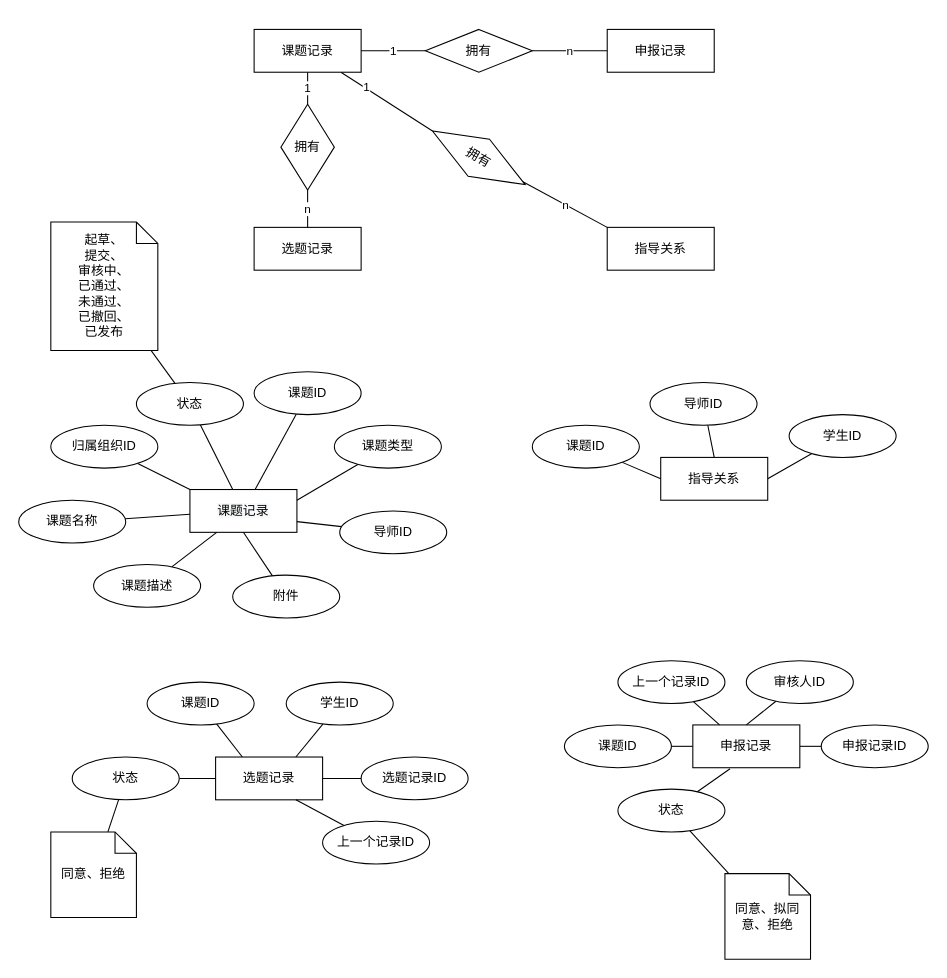
Earlier version of the draw.io diagram page "课题服务" (3 of 5) of 毕设管理系统/ER模型图.drawio (FdfGithub/drawio). Source tidied: cells renumbered, new cells numbered last; positions are measured from the earlier drawing's top-left corner, leaving out a move shared by most shapes. Both pictures are drawn from the tidied source at 107%, with x=0, y=0 at pixel (18, 29).
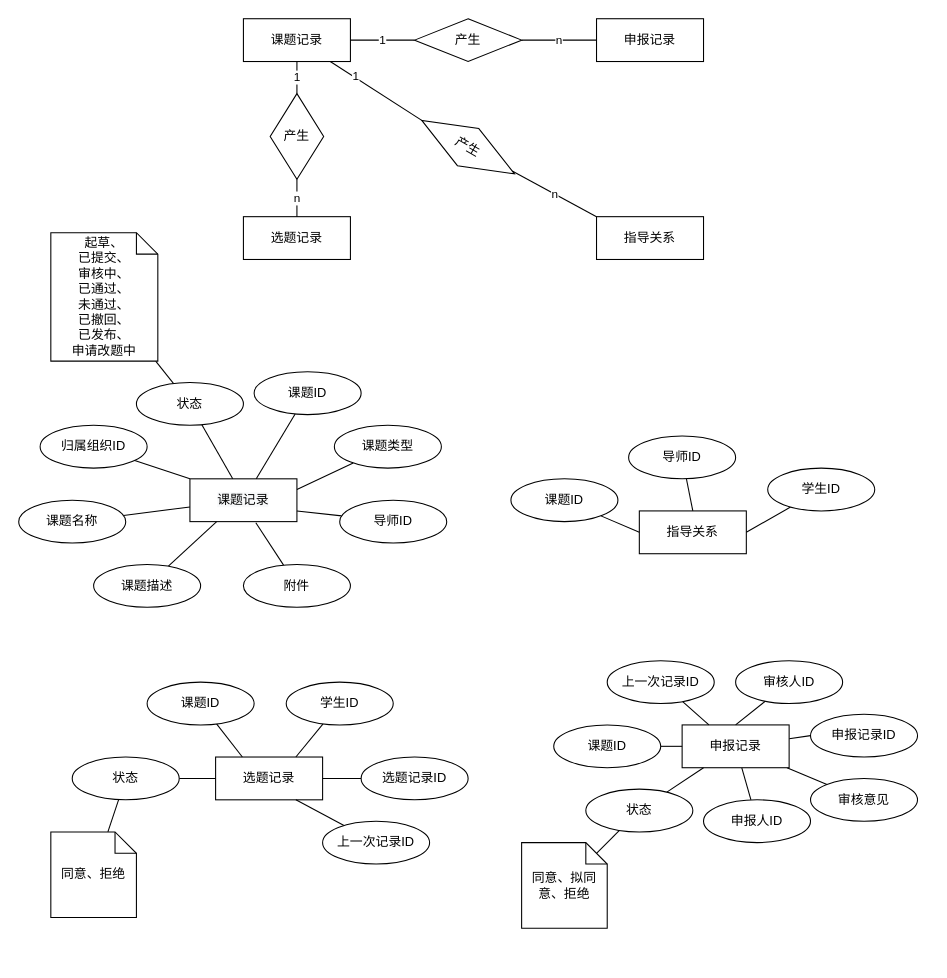
Above is the later version.

The edit, as a diff of the source:
```diff
@@
     <mxCell id="5" value="课题记录" style="whiteSpace=wrap;html=1;align=center;" parent="1" vertex="1">
-      <mxGeometry x="220" width="100" height="40" as="geometry" />
+      <mxGeometry x="210" y="-10" width="100" height="40" as="geometry" />
     </mxCell>
     <mxCell id="6" value="指导关系" style="whiteSpace=wrap;html=1;align=center;" parent="1" vertex="1">
-      <mxGeometry x="550" y="185" width="100" height="40" as="geometry" />
+      <mxGeometry x="540" y="175" width="100" height="40" as="geometry" />
     </mxCell>
     <mxCell id="7" value="选题记录" style="whiteSpace=wrap;html=1;align=center;" parent="1" vertex="1">
-      <mxGeometry x="220" y="185" width="100" height="40" as="geometry" />
+      <mxGeometry x="210" y="175" width="100" height="40" as="geometry" />
     </mxCell>
     <mxCell id="8" value="&#10;&#10;&lt;span style=&quot;color: rgb(0, 0, 0); font-family: helvetica; font-size: 12px; font-style: normal; font-weight: 400; letter-spacing: normal; text-align: center; text-indent: 0px; text-transform: none; word-spacing: 0px; background-color: rgb(248, 249, 250); display: inline; float: none;&quot;&gt;课题记录&lt;/span&gt;&#10;&#10;" style="whiteSpace=wrap;html=1;align=center;" parent="1" vertex="1">
-      <mxGeometry x="160" y="430" width="100" height="40" as="geometry" />
+      <mxGeometry x="160" y="420" width="100" height="40" as="geometry" />
     </mxCell>
@@
     <mxCell id="12" value="归属组织ID" style="ellipse;whiteSpace=wrap;html=1;align=center;" parent="1" vertex="1">
-      <mxGeometry x="30" y="370" width="100" height="40" as="geometry" />
+      <mxGeometry x="20" y="370" width="100" height="40" as="geometry" />
     </mxCell>
@@
+    <mxCell id="68" style="edgeStyle=none;rounded=0;jettySize=auto;html=1;endArrow=none;endFill=0;" parent="1" edge="1" source="25" target="70">
+      <mxGeometry relative="1" as="geometry" />
+    </mxCell>
+    <mxCell id="69" style="edgeStyle=none;rounded=0;jettySize=auto;html=1;endArrow=none;endFill=0;" parent="1" edge="1" source="25" target="71">
+      <mxGeometry relative="1" as="geometry" />
+    </mxCell>
     <mxCell id="25" value="申报记录" style="whiteSpace=wrap;html=1;align=center;" parent="1" vertex="1">
-      <mxGeometry x="630" y="650" width="100" height="40" as="geometry" />
+      <mxGeometry x="620" y="650" width="100" height="40" as="geometry" />
     </mxCell>
@@
     <mxCell id="27" value="导师ID" style="ellipse;whiteSpace=wrap;html=1;align=center;" parent="1" vertex="1">
-      <mxGeometry x="300" y="450" width="100" height="40" as="geometry" />
+      <mxGeometry x="300" y="440" width="100" height="40" as="geometry" />
     </mxCell>
@@
     <mxCell id="29" value="审核人ID" style="ellipse;whiteSpace=wrap;html=1;align=center;" parent="1" vertex="1">
-      <mxGeometry x="680" y="590" width="100" height="40" as="geometry" />
+      <mxGeometry x="670" y="590" width="100" height="40" as="geometry" />
     </mxCell>
-    <mxCell id="30" style="edgeStyle=none;rounded=0;jettySize=auto;html=1;entryX=0.5;entryY=1;entryDx=0;entryDy=0;endArrow=none;endFill=0;" parent="1" edge="1" source="31" target="8">
+    <mxCell id="30" style="edgeStyle=none;rounded=0;jettySize=auto;html=1;entryX=0.616;entryY=1.025;entryDx=0;entryDy=0;endArrow=none;endFill=0;entryPerimeter=0;" parent="1" edge="1" source="31" target="8">
       <mxGeometry relative="1" as="geometry" />
     </mxCell>
     <mxCell id="31" value="附件" style="ellipse;whiteSpace=wrap;html=1;align=center;" parent="1" vertex="1">
-      <mxGeometry x="200" y="510" width="100" height="40" as="geometry" />
+      <mxGeometry x="210" y="500" width="100" height="40" as="geometry" />
     </mxCell>
@@
-    <mxCell id="33" value="上一个记录ID" style="ellipse;whiteSpace=wrap;html=1;align=center;" parent="1" vertex="1">
-      <mxGeometry x="560" y="590" width="100" height="40" as="geometry" />
+    <mxCell id="33" value="上一次记录ID" style="ellipse;whiteSpace=wrap;html=1;align=center;" parent="1" vertex="1">
+      <mxGeometry x="550" y="590" width="100" height="40" as="geometry" />
     </mxCell>
     <mxCell id="34" value="申报记录ID" style="ellipse;whiteSpace=wrap;html=1;align=center;" parent="1" vertex="1">
-      <mxGeometry x="750" y="650" width="100" height="40" as="geometry" />
+      <mxGeometry x="740" y="640" width="100" height="40" as="geometry" />
     </mxCell>
@@
-    <mxCell id="36" value="上一个记录ID" style="ellipse;whiteSpace=wrap;html=1;align=center;" parent="1" vertex="1">
+    <mxCell id="36" value="上一次记录ID" style="ellipse;whiteSpace=wrap;html=1;align=center;" parent="1" vertex="1">
       <mxGeometry x="284" y="740" width="100" height="40" as="geometry" />
     </mxCell>
@@
     <mxCell id="40" value="课题ID" style="ellipse;whiteSpace=wrap;html=1;align=center;" parent="1" vertex="1">
-      <mxGeometry x="510" y="650" width="100" height="40" as="geometry" />
+      <mxGeometry x="500" y="650" width="100" height="40" as="geometry" />
     </mxCell>
@@
-    <mxCell id="45" style="edgeStyle=none;rounded=0;jettySize=auto;html=1;entryX=0.348;entryY=1.025;entryDx=0;entryDy=0;entryPerimeter=0;endArrow=none;endFill=0;" parent="1" edge="1" source="46" target="25">
+    <mxCell id="45" style="edgeStyle=none;rounded=0;jettySize=auto;html=1;endArrow=none;endFill=0;" parent="1" edge="1" source="46" target="25">
       <mxGeometry relative="1" as="geometry" />
     </mxCell>
     <mxCell id="46" value="状态" style="ellipse;whiteSpace=wrap;html=1;align=center;" parent="1" vertex="1">
-      <mxGeometry x="560" y="710" width="100" height="40" as="geometry" />
+      <mxGeometry x="530" y="710" width="100" height="40" as="geometry" />
     </mxCell>
     <mxCell id="47" value="指导关系" style="whiteSpace=wrap;html=1;align=center;" parent="1" vertex="1">
-      <mxGeometry x="600" y="400" width="100" height="40" as="geometry" />
+      <mxGeometry x="580" y="450" width="100" height="40" as="geometry" />
     </mxCell>
     <mxCell id="48" value="申报记录" style="whiteSpace=wrap;html=1;align=center;" parent="1" vertex="1">
-      <mxGeometry x="550" width="100" height="40" as="geometry" />
+      <mxGeometry x="540" y="-10" width="100" height="40" as="geometry" />
     </mxCell>
@@
     <mxCell id="50" value="课题ID" style="ellipse;whiteSpace=wrap;html=1;align=center;" parent="1" vertex="1">
-      <mxGeometry x="480" y="370" width="100" height="40" as="geometry" />
+      <mxGeometry x="460" y="420" width="100" height="40" as="geometry" />
     </mxCell>
@@
     <mxCell id="52" value="导师ID" style="ellipse;whiteSpace=wrap;html=1;align=center;" parent="1" vertex="1">
-      <mxGeometry x="590" y="330" width="100" height="40" as="geometry" />
+      <mxGeometry x="570" y="380" width="100" height="40" as="geometry" />
     </mxCell>
@@
     <mxCell id="54" value="学生ID" style="ellipse;whiteSpace=wrap;html=1;align=center;" parent="1" vertex="1">
-      <mxGeometry x="720" y="360" width="100" height="40" as="geometry" />
+      <mxGeometry x="700" y="410" width="100" height="40" as="geometry" />
     </mxCell>
@@
-    <mxCell id="57" value="拥有" style="shape=rhombus;perimeter=rhombusPerimeter;whiteSpace=wrap;html=1;align=center;" parent="1" vertex="1">
-      <mxGeometry x="380" width="100" height="40" as="geometry" />
+    <mxCell id="57" value="产生" style="shape=rhombus;perimeter=rhombusPerimeter;whiteSpace=wrap;html=1;align=center;" parent="1" vertex="1">
+      <mxGeometry x="370" y="-10" width="100" height="40" as="geometry" />
     </mxCell>
@@
-    <mxCell id="59" value="拥有" style="shape=rhombus;perimeter=rhombusPerimeter;whiteSpace=wrap;html=1;align=center;" parent="1" vertex="1">
-      <mxGeometry x="245" y="70" width="50" height="80" as="geometry" />
+    <mxCell id="59" value="产生" style="shape=rhombus;perimeter=rhombusPerimeter;whiteSpace=wrap;html=1;align=center;" parent="1" vertex="1">
+      <mxGeometry x="235" y="60" width="50" height="80" as="geometry" />
     </mxCell>
@@
-    <mxCell id="61" value="拥有" style="shape=rhombus;perimeter=rhombusPerimeter;whiteSpace=wrap;html=1;align=center;rotation=30;" parent="1" vertex="1">
-      <mxGeometry x="380" y="100" width="100" height="40" as="geometry" />
+    <mxCell id="61" value="产生" style="shape=rhombus;perimeter=rhombusPerimeter;whiteSpace=wrap;html=1;align=center;rotation=30;" parent="1" vertex="1">
+      <mxGeometry x="370" y="90" width="100" height="40" as="geometry" />
     </mxCell>
-    <mxCell id="62" style="edgeStyle=none;rounded=0;jettySize=auto;html=1;endArrow=none;endFill=0;" parent="1" edge="1" source="63" target="46">
-      <mxGeometry relative="1" as="geometry" />
+    <mxCell id="62" style="edgeStyle=none;rounded=0;jettySize=auto;html=1;endArrow=none;endFill=0;" parent="1" edge="1" target="46">
+      <mxGeometry relative="1" as="geometry">
+        <mxPoint x="540" y="770" as="sourcePoint" />
+      </mxGeometry>
     </mxCell>
     <mxCell id="63" value="同意、拟同意、拒绝" style="shape=note;size=20;whiteSpace=wrap;html=1;" parent="1" vertex="1">
-      <mxGeometry x="660" y="789" width="80" height="80" as="geometry" />
+      <mxGeometry x="470" y="760" width="80" height="80" as="geometry" />
     </mxCell>
@@
-    <mxCell id="67" value="起草、&lt;br&gt;提交、&lt;br&gt;审核中、&lt;br&gt;已通过、&lt;br&gt;未通过、&lt;br&gt;已撤回、&lt;br&gt;已发布" style="shape=note;size=20;whiteSpace=wrap;html=1;" parent="1" vertex="1">
-      <mxGeometry x="30" y="180" width="100" height="120" as="geometry" />
+    <mxCell id="67" value="起草、&lt;br&gt;已提交、&lt;br&gt;审核中、&lt;br&gt;已通过、&lt;br&gt;未通过、&lt;br&gt;已撤回、&lt;br&gt;已发布、&lt;br&gt;申请改题中" style="shape=note;size=20;whiteSpace=wrap;html=1;" parent="1" vertex="1">
+      <mxGeometry x="30" y="190" width="100" height="120" as="geometry" />
     </mxCell>
+    <mxCell id="70" value="审核意见" style="ellipse;whiteSpace=wrap;html=1;align=center;" parent="1" vertex="1">
+      <mxGeometry x="740" y="700" width="100" height="40" as="geometry" />
+    </mxCell>
+    <mxCell id="71" value="申报人ID" style="ellipse;whiteSpace=wrap;html=1;align=center;" parent="1" vertex="1">
+      <mxGeometry x="640" y="720" width="100" height="40" as="geometry" />
+    </mxCell>
```
